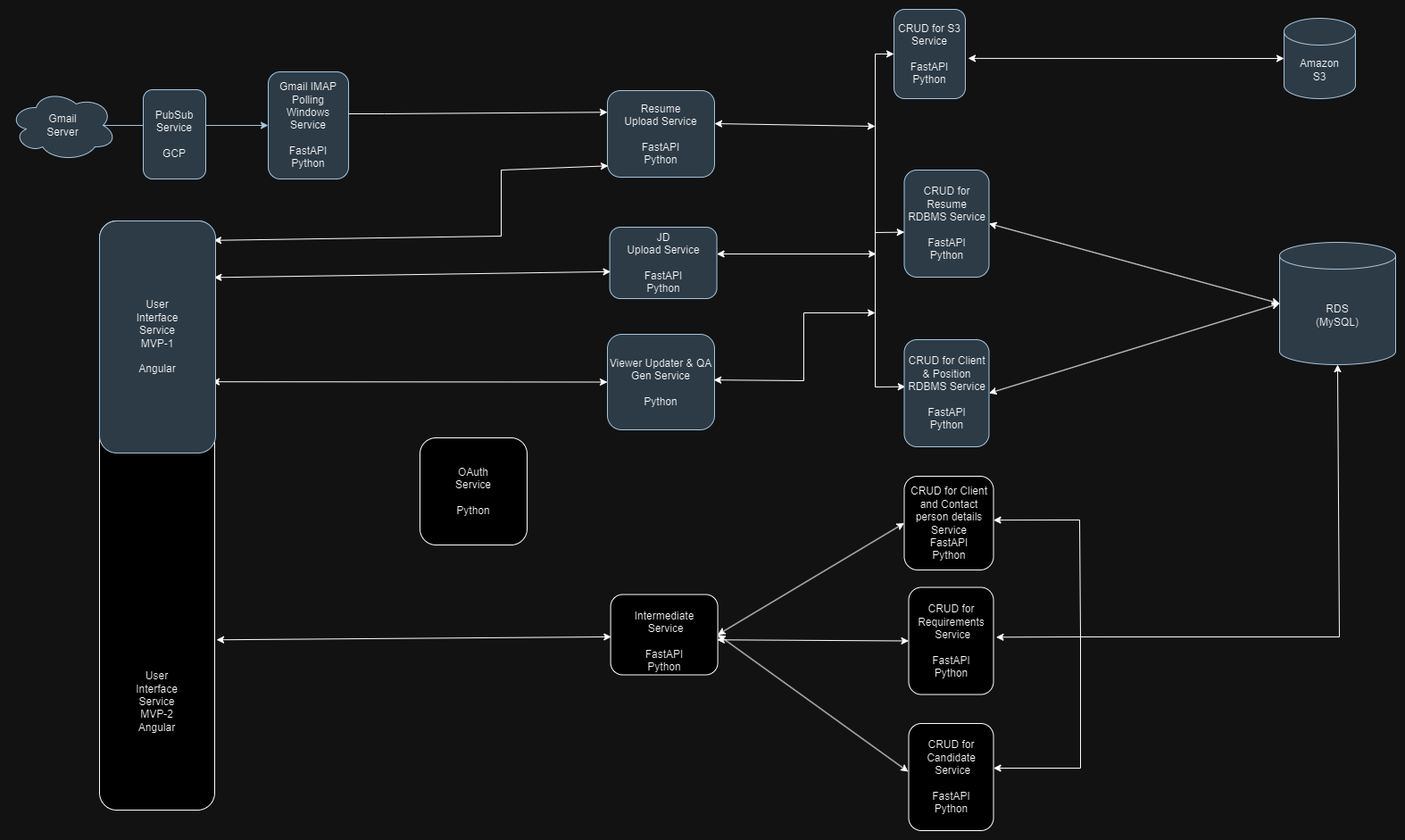
tanush-r/SmartHRM keeps this draw.io diagram as docs/arch/hld.png. Above is the earlier version. Source tidied: cells renumbered, new cells last; positions are measured from the earlier drawing's top-left corner, leaving out a move shared by most shapes.
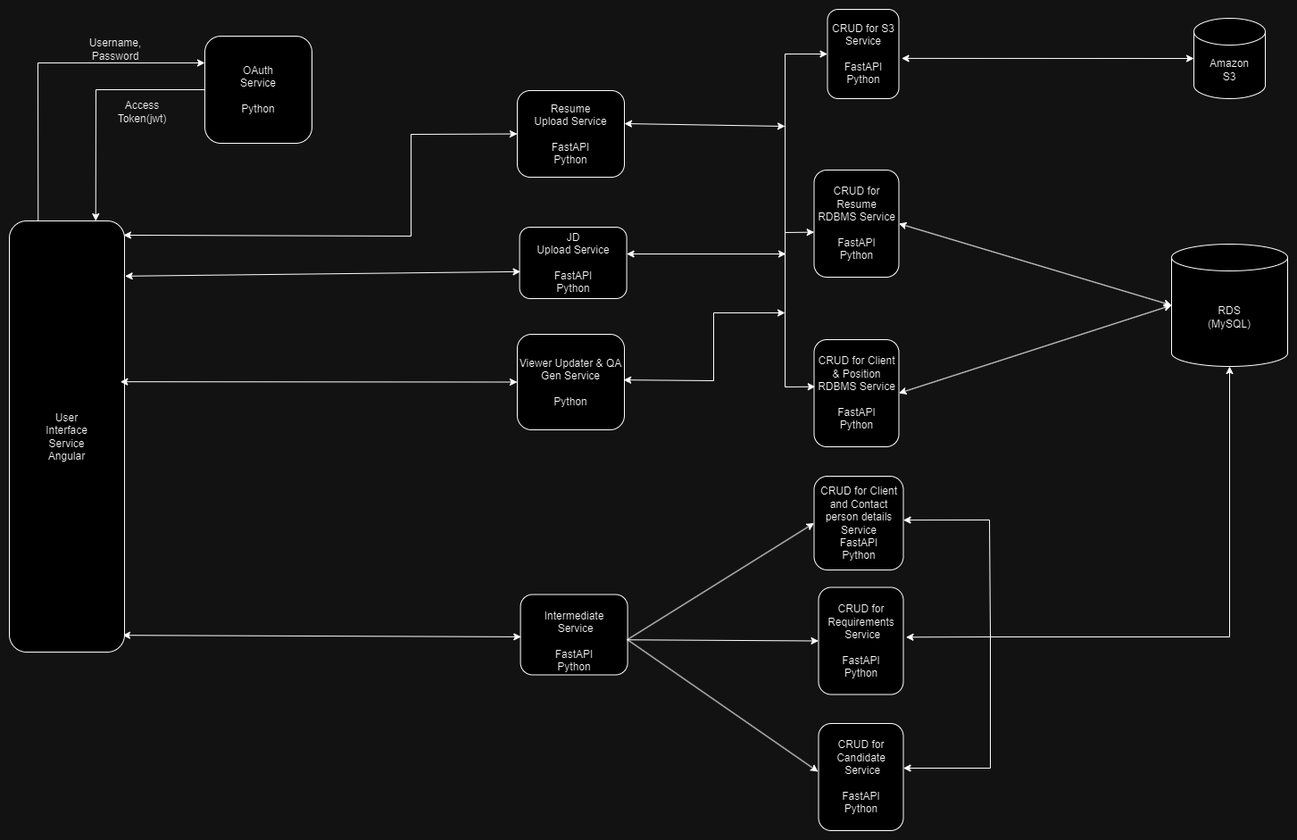
The same diagram one commit later.

Commit message:
updated hld to reflect new mvp-1 scope

What changed in the source:
```diff
@@ -11,13 +11,13 @@
     <mxCell id="4" value="&lt;div&gt;CRUD for Requirements&lt;br&gt;&lt;/div&gt;&lt;div&gt;&amp;nbsp;Service&lt;/div&gt;&lt;div&gt;&lt;br&gt;&lt;/div&gt;&lt;div&gt;FastAPI&lt;/div&gt;&lt;div&gt;Python&lt;br&gt;&lt;/div&gt;" style="rounded=1;whiteSpace=wrap;html=1;" parent="1" vertex="1">
       <mxGeometry x="1007.5" y="647.5" width="95" height="120" as="geometry" />
     </mxCell>
-    <mxCell id="5" style="endArrow=classic;html=1;rounded=0;exitX=1;exitY=0.5;exitDx=0;exitDy=0;entryX=0;entryY=0.5;entryDx=0;entryDy=0;startArrow=classic;startFill=1;" parent="1" edge="1" source="2" target="3">
+    <mxCell id="5" style="endArrow=classic;html=1;rounded=0;exitX=1.006;exitY=0.555;exitDx=0;exitDy=0;entryX=0;entryY=0.5;entryDx=0;entryDy=0;startArrow=none;startFill=0;exitPerimeter=0;" parent="1" edge="1" source="2" target="3">
       <mxGeometry relative="1" as="geometry" />
     </mxCell>
-    <mxCell id="6" style="endArrow=classic;html=1;rounded=0;exitX=0.994;exitY=0.564;exitDx=0;exitDy=0;exitPerimeter=0;entryX=0;entryY=0.5;entryDx=0;entryDy=0;startArrow=classic;startFill=1;" parent="1" edge="1" source="2" target="4">
+    <mxCell id="6" style="endArrow=classic;html=1;rounded=0;exitX=0.994;exitY=0.564;exitDx=0;exitDy=0;exitPerimeter=0;entryX=0;entryY=0.5;entryDx=0;entryDy=0;startArrow=none;startFill=0;" parent="1" edge="1" source="2" target="4">
       <mxGeometry relative="1" as="geometry" />
     </mxCell>
-    <mxCell id="7" style="endArrow=classic;startArrow=classic;html=1;rounded=0;exitX=1.016;exitY=0.711;exitDx=0;exitDy=0;entryX=0.006;entryY=0.527;entryDx=0;entryDy=0;entryPerimeter=0;exitPerimeter=0;" parent="1" edge="1" source="14" target="2">
+    <mxCell id="7" style="endArrow=classic;startArrow=classic;html=1;rounded=0;exitX=0.984;exitY=0.961;exitDx=0;exitDy=0;entryX=0.006;entryY=0.527;entryDx=0;entryDy=0;entryPerimeter=0;exitPerimeter=0;" parent="1" edge="1" source="14" target="2">
       <mxGeometry relative="1" as="geometry" />
     </mxCell>
     <mxCell id="8" style="endArrow=none;startArrow=classic;html=1;rounded=0;exitX=1;exitY=0.5;exitDx=0;exitDy=0;endFill=0;" parent="1" edge="1">
@@ -42,67 +42,47 @@
         <mxPoint x="1200" y="703" as="targetPoint" />
       </mxGeometry>
     </mxCell>
-    <mxCell id="11" style="endArrow=classic;html=1;rounded=0;entryX=-0.004;entryY=0.453;entryDx=0;entryDy=0;entryPerimeter=0;startArrow=classic;startFill=1;exitX=1;exitY=0.5;exitDx=0;exitDy=0;" parent="1" edge="1" source="2">
+    <mxCell id="11" style="endArrow=classic;html=1;rounded=0;entryX=-0.004;entryY=0.453;entryDx=0;entryDy=0;entryPerimeter=0;startArrow=none;startFill=0;exitX=0.996;exitY=0.56;exitDx=0;exitDy=0;exitPerimeter=0;" parent="1" edge="1" source="2">
       <mxGeometry relative="1" as="geometry">
         <mxPoint x="1007" y="854" as="targetPoint" />
       </mxGeometry>
     </mxCell>
-    <mxCell id="12" value="&lt;div&gt;Gmail&lt;/div&gt;&lt;div&gt;Server&lt;br&gt;&lt;/div&gt;" style="ellipse;shape=cloud;whiteSpace=wrap;html=1;fillColor=#bac8d3;strokeColor=#23445d;" parent="1" vertex="1">
-      <mxGeometry y="90" width="120" height="80" as="geometry" />
-    </mxCell>
-    <mxCell id="13" value="&lt;div&gt;Gmail IMAP Polling Windows Service&lt;/div&gt;&lt;div&gt;&lt;br&gt;&lt;/div&gt;&lt;div&gt;FastAPI&lt;/div&gt;&lt;div&gt;Python&lt;br&gt;&lt;/div&gt;" style="rounded=1;whiteSpace=wrap;html=1;fillColor=#bac8d3;strokeColor=#23445d;" parent="1" vertex="1">
-      <mxGeometry x="290" y="70" width="90" height="120" as="geometry" />
-    </mxCell>
-    <mxCell id="14" value="&lt;div&gt;&lt;br&gt;&lt;/div&gt;&lt;div&gt;&lt;br&gt;&lt;/div&gt;&lt;div&gt;&lt;br&gt;&lt;/div&gt;&lt;div&gt;&lt;br&gt;&lt;/div&gt;&lt;div&gt;&lt;br&gt;&lt;/div&gt;&lt;div&gt;&lt;br&gt;&lt;/div&gt;&lt;div&gt;&lt;br&gt;&lt;/div&gt;&lt;div&gt;&lt;br&gt;&lt;/div&gt;&lt;div&gt;&lt;br&gt;&lt;/div&gt;&lt;div&gt;&lt;br&gt;&lt;/div&gt;&lt;div&gt;&lt;br&gt;&lt;/div&gt;&lt;div&gt;&lt;br&gt;&lt;/div&gt;&lt;div&gt;&lt;br&gt;&lt;/div&gt;&lt;div&gt;&lt;br&gt;&lt;/div&gt;&lt;div&gt;&lt;br&gt;&lt;/div&gt;&lt;div&gt;&lt;br&gt;&lt;/div&gt;&lt;div&gt;&lt;br&gt;&lt;/div&gt;&lt;div&gt;&lt;br&gt;&lt;/div&gt;&lt;div&gt;&lt;br&gt;&lt;/div&gt;&lt;div&gt;&lt;br&gt;&lt;/div&gt;&lt;div&gt;&lt;br&gt;&lt;/div&gt;&lt;div&gt;&lt;br&gt;&lt;/div&gt;&lt;div&gt;&lt;br&gt;&lt;/div&gt;&lt;div&gt;&lt;br&gt;&lt;/div&gt;&lt;div&gt;&lt;br&gt;&lt;/div&gt;&lt;div&gt;&lt;br&gt;&lt;/div&gt;&lt;div&gt;&lt;br&gt;&lt;/div&gt;&lt;div&gt;&lt;br&gt;&lt;/div&gt;&lt;div&gt;&lt;br&gt;&lt;/div&gt;&lt;div&gt;User&lt;/div&gt;&lt;div&gt;Interface&lt;br&gt;&lt;/div&gt;&lt;div&gt;Service&lt;/div&gt;&lt;div&gt;MVP-2&lt;/div&gt;&lt;div&gt;Angular&lt;br&gt;&lt;/div&gt;" style="rounded=1;whiteSpace=wrap;html=1;" parent="1" vertex="1">
-      <mxGeometry x="101" y="237" width="129" height="660" as="geometry" />
+    <mxCell id="14" value="&lt;div&gt;&lt;span style=&quot;background-color: initial;&quot;&gt;User&lt;/span&gt;&lt;/div&gt;&lt;div&gt;Interface&lt;br&gt;&lt;/div&gt;&lt;div&gt;Service&lt;/div&gt;&lt;div&gt;&lt;span style=&quot;background-color: initial;&quot;&gt;Angular&lt;/span&gt;&lt;/div&gt;" style="rounded=1;whiteSpace=wrap;html=1;" parent="1" vertex="1">
+      <mxGeometry x="101" y="237" width="129" height="483" as="geometry" />
     </mxCell>
-    <mxCell id="15" value="&lt;div&gt;Resume&lt;/div&gt;&lt;div&gt;Upload Service&lt;/div&gt;&lt;div&gt;&lt;br&gt;&lt;/div&gt;&lt;div&gt;&lt;div&gt;FastAPI&lt;/div&gt;Python&lt;/div&gt;" style="rounded=1;whiteSpace=wrap;html=1;fillColor=#bac8d3;strokeColor=#23445d;" parent="1" vertex="1">
+    <mxCell id="15" value="&lt;div&gt;Resume&lt;/div&gt;&lt;div&gt;Upload Service&lt;/div&gt;&lt;div&gt;&lt;br&gt;&lt;/div&gt;&lt;div&gt;&lt;div&gt;FastAPI&lt;/div&gt;Python&lt;/div&gt;" style="rounded=1;whiteSpace=wrap;html=1;" parent="1" vertex="1">
       <mxGeometry x="670" y="91" width="120" height="97" as="geometry" />
     </mxCell>
-    <mxCell id="16" value="&lt;div&gt;JD&lt;/div&gt;&lt;div&gt;Upload Service&lt;/div&gt;&lt;div&gt;&lt;br&gt;&lt;/div&gt;&lt;div&gt;&lt;div&gt;FastAPI&lt;/div&gt;Python&lt;/div&gt;" style="rounded=1;whiteSpace=wrap;html=1;fillColor=#bac8d3;strokeColor=#23445d;" parent="1" vertex="1">
+    <mxCell id="16" value="&lt;div&gt;JD&lt;/div&gt;&lt;div&gt;Upload Service&lt;/div&gt;&lt;div&gt;&lt;br&gt;&lt;/div&gt;&lt;div&gt;&lt;div&gt;FastAPI&lt;/div&gt;Python&lt;/div&gt;" style="rounded=1;whiteSpace=wrap;html=1;" parent="1" vertex="1">
       <mxGeometry x="672.6" y="244" width="120" height="80" as="geometry" />
     </mxCell>
-    <mxCell id="17" value="&lt;div&gt;CRUD for S3&lt;/div&gt;&lt;div&gt;Service&lt;br&gt;&lt;/div&gt;&lt;div&gt;&lt;br&gt;&lt;/div&gt;&lt;div&gt;FastAPI&lt;br&gt;&lt;/div&gt;&lt;div&gt;Python&lt;br&gt;&lt;/div&gt;" style="rounded=1;whiteSpace=wrap;html=1;fillColor=#bac8d3;strokeColor=#23445d;" parent="1" vertex="1">
-      <mxGeometry x="991" width="80" height="100" as="geometry" />
+    <mxCell id="17" value="&lt;div&gt;CRUD for S3&lt;/div&gt;&lt;div&gt;Service&lt;br&gt;&lt;/div&gt;&lt;div&gt;&lt;br&gt;&lt;/div&gt;&lt;div&gt;FastAPI&lt;br&gt;&lt;/div&gt;&lt;div&gt;Python&lt;br&gt;&lt;/div&gt;" style="rounded=1;whiteSpace=wrap;html=1;" parent="1" vertex="1">
+      <mxGeometry x="1017.5" width="80" height="100" as="geometry" />
     </mxCell>
-    <mxCell id="18" value="&lt;div&gt;Amazon&lt;/div&gt;&lt;div&gt;S3&lt;br&gt;&lt;/div&gt;" style="shape=cylinder3;whiteSpace=wrap;html=1;boundedLbl=1;backgroundOutline=1;size=15;fillColor=#bac8d3;strokeColor=#23445d;" parent="1" vertex="1">
+    <mxCell id="18" value="&lt;div&gt;Amazon&lt;/div&gt;&lt;div&gt;S3&lt;br&gt;&lt;/div&gt;" style="shape=cylinder3;whiteSpace=wrap;html=1;boundedLbl=1;backgroundOutline=1;size=15;" parent="1" vertex="1">
       <mxGeometry x="1428" y="10" width="80" height="90" as="geometry" />
     </mxCell>
-    <mxCell id="19" value="&lt;div&gt;&lt;span style=&quot;background-color: initial;&quot;&gt;RDS&lt;/span&gt;&lt;/div&gt;&lt;div&gt;&lt;span style=&quot;background-color: initial;&quot;&gt;(MySQL)&lt;/span&gt;&lt;br&gt;&lt;/div&gt;" style="shape=cylinder3;whiteSpace=wrap;html=1;boundedLbl=1;backgroundOutline=1;size=15;fillColor=#bac8d3;strokeColor=#23445d;" parent="1" vertex="1">
-      <mxGeometry x="1423" y="261" width="130" height="137" as="geometry" />
+    <mxCell id="19" value="&lt;div&gt;&lt;span style=&quot;background-color: initial;&quot;&gt;RDS&lt;/span&gt;&lt;/div&gt;&lt;div&gt;&lt;span style=&quot;background-color: initial;&quot;&gt;(MySQL)&lt;/span&gt;&lt;br&gt;&lt;/div&gt;" style="shape=cylinder3;whiteSpace=wrap;html=1;boundedLbl=1;backgroundOutline=1;size=15;" parent="1" vertex="1">
+      <mxGeometry x="1403" y="263" width="130" height="137" as="geometry" />
     </mxCell>
-    <mxCell id="20" style="endArrow=classic;html=1;rounded=0;exitX=0.875;exitY=0.5;exitDx=0;exitDy=0;exitPerimeter=0;entryX=0;entryY=0.5;entryDx=0;entryDy=0;fillColor=#bac8d3;strokeColor=#23445d;" parent="1" edge="1" source="12" target="13">
-      <mxGeometry relative="1" as="geometry" />
-    </mxCell>
-    <mxCell id="21" style="endArrow=classic;html=1;rounded=0;exitX=1;exitY=0.5;exitDx=0;exitDy=0;entryX=0;entryY=0.25;entryDx=0;entryDy=0;" parent="1" edge="1" target="15">
-      <mxGeometry relative="1" as="geometry">
-        <mxPoint x="380" y="117" as="sourcePoint" />
-        <Array as="points">
-          <mxPoint x="420" y="117" />
-        </Array>
-      </mxGeometry>
-    </mxCell>
-    <mxCell id="22" style="endArrow=classic;html=1;rounded=0;exitX=0.992;exitY=0.033;exitDx=0;exitDy=0;exitPerimeter=0;startArrow=classic;startFill=1;entryX=0.008;entryY=0.869;entryDx=0;entryDy=0;entryPerimeter=0;" parent="1" edge="1" source="14" target="15">
+    <mxCell id="22" style="endArrow=classic;html=1;rounded=0;exitX=0.992;exitY=0.033;exitDx=0;exitDy=0;exitPerimeter=0;startArrow=classic;startFill=1;entryX=0;entryY=0.5;entryDx=0;entryDy=0;" parent="1" edge="1" source="14" target="15">
       <mxGeometry relative="1" as="geometry">
         <Array as="points">
           <mxPoint x="551" y="254" />
-          <mxPoint x="551" y="180" />
+          <mxPoint x="551" y="140" />
         </Array>
       </mxGeometry>
     </mxCell>
     <mxCell id="23" style="endArrow=classic;startArrow=classic;html=1;rounded=0;exitX=1.038;exitY=0.549;exitDx=0;exitDy=0;exitPerimeter=0;entryX=0;entryY=0.5;entryDx=0;entryDy=0;entryPerimeter=0;" parent="1" edge="1" source="17" target="18">
       <mxGeometry relative="1" as="geometry" />
     </mxCell>
-    <mxCell id="24" value="&lt;div&gt;PubSub Service&lt;/div&gt;&lt;div&gt;&lt;br&gt;&lt;/div&gt;&lt;div&gt;GCP&lt;br&gt;&lt;/div&gt;" style="rounded=1;whiteSpace=wrap;html=1;fillColor=#bac8d3;strokeColor=#23445d;" parent="1" vertex="1">
-      <mxGeometry x="150" y="90" width="70" height="100" as="geometry" />
-    </mxCell>
-    <mxCell id="25" value="Viewer Updater &amp;amp; QA Gen Service&lt;br&gt;&lt;div&gt;&lt;br&gt;&lt;/div&gt;&lt;div&gt;Python&lt;br&gt;&lt;/div&gt;" style="rounded=1;whiteSpace=wrap;html=1;fillColor=#bac8d3;strokeColor=#23445d;" parent="1" vertex="1">
+    <mxCell id="25" value="Viewer Updater &amp;amp; QA Gen Service&lt;br&gt;&lt;div&gt;&lt;br&gt;&lt;/div&gt;&lt;div&gt;Python&lt;br&gt;&lt;/div&gt;" style="rounded=1;whiteSpace=wrap;html=1;" parent="1" vertex="1">
       <mxGeometry x="670" y="364" width="120" height="107" as="geometry" />
     </mxCell>
-    <mxCell id="26" style="endArrow=classic;html=1;rounded=0;exitX=0.977;exitY=0.273;exitDx=0;exitDy=0;entryX=0;entryY=0.5;entryDx=0;entryDy=0;startArrow=classic;startFill=1;exitPerimeter=0;" parent="1" edge="1" source="14" target="25">
+    <mxCell id="26" style="endArrow=classic;html=1;rounded=0;exitX=0.964;exitY=0.373;exitDx=0;exitDy=0;entryX=0;entryY=0.5;entryDx=0;entryDy=0;startArrow=classic;startFill=1;exitPerimeter=0;" parent="1" edge="1" source="14" target="25">
       <mxGeometry relative="1" as="geometry" />
     </mxCell>
-    <mxCell id="27" value="&lt;div&gt;CRUD for Resume&lt;br&gt;&lt;/div&gt;&lt;div&gt;RDBMS Service&lt;/div&gt;&lt;div&gt;&lt;br&gt;&lt;/div&gt;&lt;div&gt;FastAPI&lt;/div&gt;&lt;div&gt;Python&lt;br&gt;&lt;/div&gt;" style="rounded=1;whiteSpace=wrap;html=1;fillColor=#bac8d3;strokeColor=#23445d;" parent="1" vertex="1">
+    <mxCell id="27" value="&lt;div&gt;CRUD for Resume&lt;br&gt;&lt;/div&gt;&lt;div&gt;RDBMS Service&lt;/div&gt;&lt;div&gt;&lt;br&gt;&lt;/div&gt;&lt;div&gt;FastAPI&lt;/div&gt;&lt;div&gt;Python&lt;br&gt;&lt;/div&gt;" style="rounded=1;whiteSpace=wrap;html=1;" parent="1" vertex="1">
       <mxGeometry x="1002.5" y="180" width="95" height="120" as="geometry" />
     </mxCell>
     <mxCell id="28" style="endArrow=classic;startArrow=classic;html=1;rounded=0;exitX=1;exitY=0.5;exitDx=0;exitDy=0;entryX=0;entryY=0.5;entryDx=0;entryDy=0;entryPerimeter=0;" parent="1" edge="1" source="27" target="19">
@@ -146,28 +126,45 @@
         <mxPoint x="971" y="274" as="targetPoint" />
       </mxGeometry>
     </mxCell>
-    <mxCell id="35" value="&lt;div&gt;CRUD for Client &amp;amp; Position&lt;br&gt;&lt;/div&gt;&lt;div&gt;RDBMS Service&lt;/div&gt;&lt;div&gt;&lt;br&gt;&lt;/div&gt;&lt;div&gt;FastAPI&lt;/div&gt;&lt;div&gt;Python&lt;br&gt;&lt;/div&gt;" style="rounded=1;whiteSpace=wrap;html=1;fillColor=#bac8d3;strokeColor=#23445d;" parent="1" vertex="1">
+    <mxCell id="35" value="&lt;div&gt;CRUD for Client &amp;amp; Position&lt;br&gt;&lt;/div&gt;&lt;div&gt;RDBMS Service&lt;/div&gt;&lt;div&gt;&lt;br&gt;&lt;/div&gt;&lt;div&gt;FastAPI&lt;/div&gt;&lt;div&gt;Python&lt;br&gt;&lt;/div&gt;" style="rounded=1;whiteSpace=wrap;html=1;" parent="1" vertex="1">
       <mxGeometry x="1002.5" y="370" width="95" height="120" as="geometry" />
     </mxCell>
-    <mxCell id="36" style="endArrow=classic;startArrow=classic;html=1;rounded=0;exitX=0.995;exitY=0.096;exitDx=0;exitDy=0;exitPerimeter=0;entryX=0.008;entryY=0.623;entryDx=0;entryDy=0;entryPerimeter=0;" parent="1" edge="1" source="14" target="16">
+    <mxCell id="36" style="endArrow=classic;startArrow=classic;html=1;rounded=0;exitX=1.005;exitY=0.128;exitDx=0;exitDy=0;exitPerimeter=0;entryX=0.008;entryY=0.623;entryDx=0;entryDy=0;entryPerimeter=0;" parent="1" edge="1" source="14" target="16">
       <mxGeometry relative="1" as="geometry" />
     </mxCell>
     <mxCell id="37" style="endArrow=classic;startArrow=none;html=1;rounded=0;entryX=0.5;entryY=1;entryDx=0;entryDy=0;entryPerimeter=0;startFill=0;" parent="1" edge="1" target="19">
       <mxGeometry relative="1" as="geometry">
         <mxPoint x="1200" y="703" as="sourcePoint" />
         <Array as="points">
-          <mxPoint x="1490" y="703" />
+          <mxPoint x="1468" y="703" />
         </Array>
       </mxGeometry>
     </mxCell>
-    <mxCell id="38" value="&lt;div&gt;User&lt;/div&gt;&lt;div&gt;Interface&lt;br&gt;&lt;/div&gt;&lt;div&gt;Service&lt;/div&gt;&lt;div&gt;MVP-1&lt;/div&gt;&lt;div&gt;&lt;br&gt;&lt;/div&gt;&lt;div&gt;Angular&lt;/div&gt;" style="rounded=1;whiteSpace=wrap;html=1;fillColor=#bac8d3;strokeColor=#23445d;" parent="1" vertex="1">
-      <mxGeometry x="101" y="237" width="130" height="260" as="geometry" />
-    </mxCell>
     <mxCell id="39" value="&lt;div&gt;CRUD for Candidate&lt;/div&gt;&lt;div&gt;&lt;span style=&quot;background-color: initial;&quot;&gt;&amp;nbsp;Service&lt;/span&gt;&lt;/div&gt;&lt;div&gt;&lt;br&gt;&lt;/div&gt;&lt;div&gt;FastAPI&lt;/div&gt;&lt;div&gt;Python&lt;br&gt;&lt;/div&gt;" style="rounded=1;whiteSpace=wrap;html=1;" parent="1" vertex="1">
       <mxGeometry x="1007.5" y="800" width="95" height="120" as="geometry" />
     </mxCell>
     <mxCell id="40" value="OAuth&lt;div&gt;Service&lt;/div&gt;&lt;div&gt;&lt;br&gt;&lt;/div&gt;&lt;div&gt;Python&lt;/div&gt;" style="rounded=1;whiteSpace=wrap;html=1;" parent="1" vertex="1">
-      <mxGeometry x="460" y="480" width="120" height="120" as="geometry" />
+      <mxGeometry x="320" y="30" width="120" height="120" as="geometry" />
     </mxCell>
+    <mxCell id="41" style="endArrow=classic;html=1;rounded=0;exitX=0.25;exitY=0;exitDx=0;exitDy=0;entryX=0;entryY=0.25;entryDx=0;entryDy=0;" parent="1" edge="1" source="14" target="40">
+      <mxGeometry relative="1" as="geometry">
+        <Array as="points">
+          <mxPoint x="133" y="60" />
+        </Array>
+      </mxGeometry>
+    </mxCell>
+    <mxCell id="42" style="endArrow=classic;html=1;rounded=0;exitX=0;exitY=0.5;exitDx=0;exitDy=0;entryX=0.75;entryY=0;entryDx=0;entryDy=0;" parent="1" edge="1" source="40" target="14">
+      <mxGeometry relative="1" as="geometry">
+        <Array as="points">
+          <mxPoint x="198" y="90" />
+        </Array>
+      </mxGeometry>
+    </mxCell>
+    <mxCell id="43" value="Username,&lt;div&gt;Password&lt;/div&gt;" style="text;html=1;align=center;verticalAlign=middle;whiteSpace=wrap;rounded=0;" parent="1" vertex="1">
+      <mxGeometry x="190" y="30" width="60" height="30" as="geometry" />
+    </mxCell>
+    <mxCell id="44" value="Access Token(jwt)" style="text;html=1;align=center;verticalAlign=middle;whiteSpace=wrap;rounded=0;" parent="1" vertex="1">
+      <mxGeometry x="220" y="100" width="60" height="30" as="geometry" />
+    </mxCell>
   </root>
 </mxGraphModel>
```
